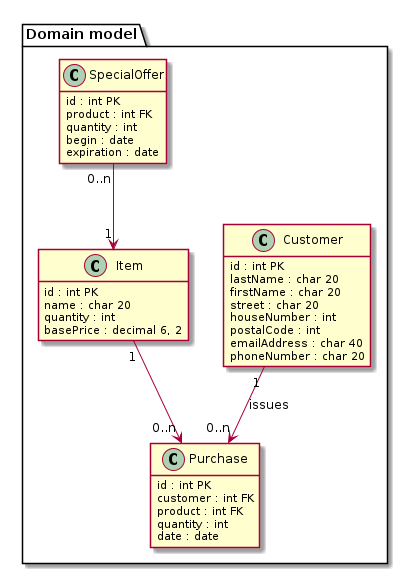
Above: docs/domain-model-crm.png in tflm91/CRM-System (PlantUML), before the change.
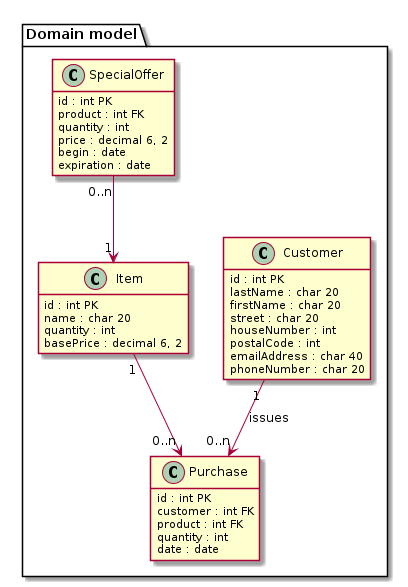
The same diagram one commit later.

The edit, as a diff of the source:
```diff
@@ -25,7 +25,7 @@
         id : int PK
         product : int FK
         quantity : int
-        price : decimal(6, 2)
+        price : decimal 6, 2
         begin : date
         expiration : date
     }
```
